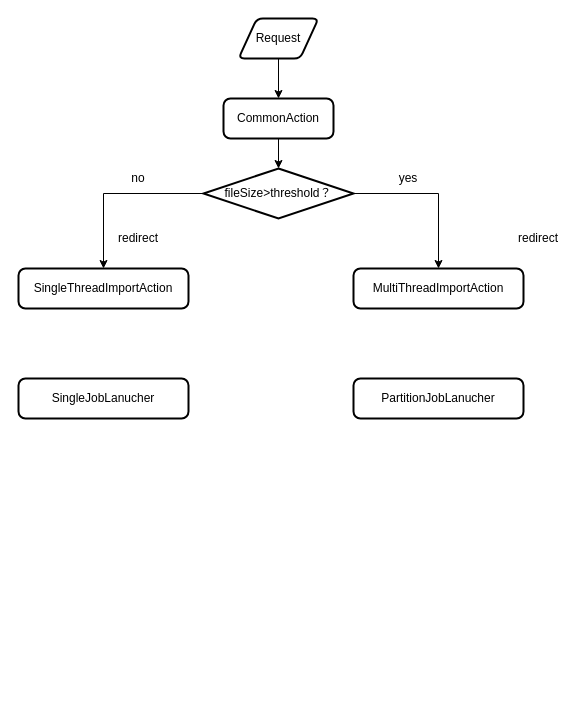
The draw.io diagram batch.drawio in Anntly/flow-charts, before the edit. Source tidied: cells renumbered, new cells numbered last; positions are measured from the earlier drawing's top-left corner, leaving out a move shared by most shapes. Both pictures are drawn from the tidied source at 100%, with x=0, y=0 at pixel (18, 18).
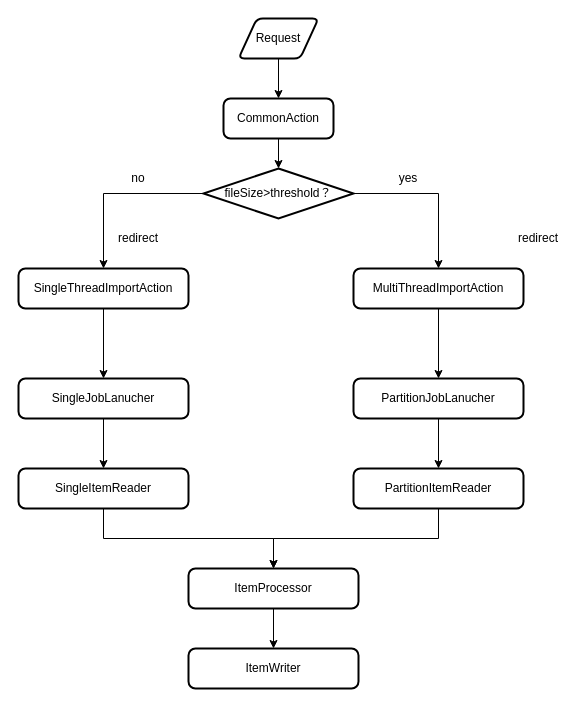
After the change.

Unchanged cells that the change refers to:
```xml
<mxCell id="9" value="SingleThreadImportAction" style="rounded=1;whiteSpace=wrap;html=1;absoluteArcSize=1;arcSize=14;strokeWidth=2;" parent="1" vertex="1">
  <mxGeometry y="250" width="170" height="40" as="geometry" />
</mxCell>
<mxCell id="10" value="MultiThreadImportAction" style="rounded=1;whiteSpace=wrap;html=1;absoluteArcSize=1;arcSize=14;strokeWidth=2;" parent="1" vertex="1">
  <mxGeometry x="335" y="250" width="170" height="40" as="geometry" />
</mxCell>
<mxCell id="15" value="SingleJobLanucher" style="rounded=1;whiteSpace=wrap;html=1;absoluteArcSize=1;arcSize=14;strokeWidth=2;" parent="1" vertex="1">
  <mxGeometry y="360" width="170" height="40" as="geometry" />
</mxCell>
<mxCell id="16" value="PartitionJobLanucher" style="rounded=1;whiteSpace=wrap;html=1;absoluteArcSize=1;arcSize=14;strokeWidth=2;" parent="1" vertex="1">
  <mxGeometry x="335" y="360" width="170" height="40" as="geometry" />
</mxCell>
```

Diff of the diagram source:
```diff
@@
+    <mxCell id="17" style="edgeStyle=orthogonalEdgeStyle;rounded=0;jettySize=auto;html=1;exitX=0.5;exitY=1;exitDx=0;exitDy=0;entryX=0.5;entryY=0;entryDx=0;entryDy=0;" parent="1" edge="1" source="9" target="15">
+      <mxGeometry relative="1" as="geometry" />
+    </mxCell>
@@
+    <mxCell id="18" style="edgeStyle=orthogonalEdgeStyle;rounded=0;jettySize=auto;html=1;exitX=0.5;exitY=1;exitDx=0;exitDy=0;entryX=0.5;entryY=0;entryDx=0;entryDy=0;" parent="1" edge="1" source="10" target="16">
+      <mxGeometry relative="1" as="geometry" />
+    </mxCell>
@@
+    <mxCell id="19" style="edgeStyle=orthogonalEdgeStyle;rounded=0;jettySize=auto;html=1;exitX=0.5;exitY=1;exitDx=0;exitDy=0;entryX=0.5;entryY=0;entryDx=0;entryDy=0;" parent="1" edge="1" source="15" target="22">
+      <mxGeometry relative="1" as="geometry" />
+    </mxCell>
@@
+    <mxCell id="20" style="edgeStyle=orthogonalEdgeStyle;rounded=0;jettySize=auto;html=1;exitX=0.5;exitY=1;exitDx=0;exitDy=0;entryX=0.5;entryY=0;entryDx=0;entryDy=0;" parent="1" edge="1" source="16" target="24">
+      <mxGeometry relative="1" as="geometry" />
+    </mxCell>
@@
+    <mxCell id="21" style="edgeStyle=orthogonalEdgeStyle;rounded=0;jettySize=auto;html=1;exitX=0.5;exitY=1;exitDx=0;exitDy=0;entryX=0.5;entryY=0;entryDx=0;entryDy=0;" parent="1" edge="1" source="22" target="26">
+      <mxGeometry relative="1" as="geometry" />
+    </mxCell>
+    <mxCell id="22" value="SingleItemReader" style="rounded=1;whiteSpace=wrap;html=1;absoluteArcSize=1;arcSize=14;strokeWidth=2;" parent="1" vertex="1">
+      <mxGeometry y="450" width="170" height="40" as="geometry" />
+    </mxCell>
+    <mxCell id="23" style="edgeStyle=orthogonalEdgeStyle;rounded=0;jettySize=auto;html=1;exitX=0.5;exitY=1;exitDx=0;exitDy=0;entryX=0.5;entryY=0;entryDx=0;entryDy=0;" parent="1" edge="1" source="24" target="26">
+      <mxGeometry relative="1" as="geometry" />
+    </mxCell>
+    <mxCell id="24" value="PartitionItemReader" style="rounded=1;whiteSpace=wrap;html=1;absoluteArcSize=1;arcSize=14;strokeWidth=2;" parent="1" vertex="1">
+      <mxGeometry x="335" y="450" width="170" height="40" as="geometry" />
+    </mxCell>
+    <mxCell id="25" style="edgeStyle=orthogonalEdgeStyle;rounded=0;jettySize=auto;html=1;exitX=0.5;exitY=1;exitDx=0;exitDy=0;entryX=0.5;entryY=0;entryDx=0;entryDy=0;" parent="1" edge="1" source="26" target="27">
+      <mxGeometry relative="1" as="geometry" />
+    </mxCell>
+    <mxCell id="26" value="ItemProcessor" style="rounded=1;whiteSpace=wrap;html=1;absoluteArcSize=1;arcSize=14;strokeWidth=2;" parent="1" vertex="1">
+      <mxGeometry x="170" y="550" width="170" height="40" as="geometry" />
+    </mxCell>
+    <mxCell id="27" value="ItemWriter" style="rounded=1;whiteSpace=wrap;html=1;absoluteArcSize=1;arcSize=14;strokeWidth=2;" parent="1" vertex="1">
+      <mxGeometry x="170" y="630" width="170" height="40" as="geometry" />
+    </mxCell>
```
